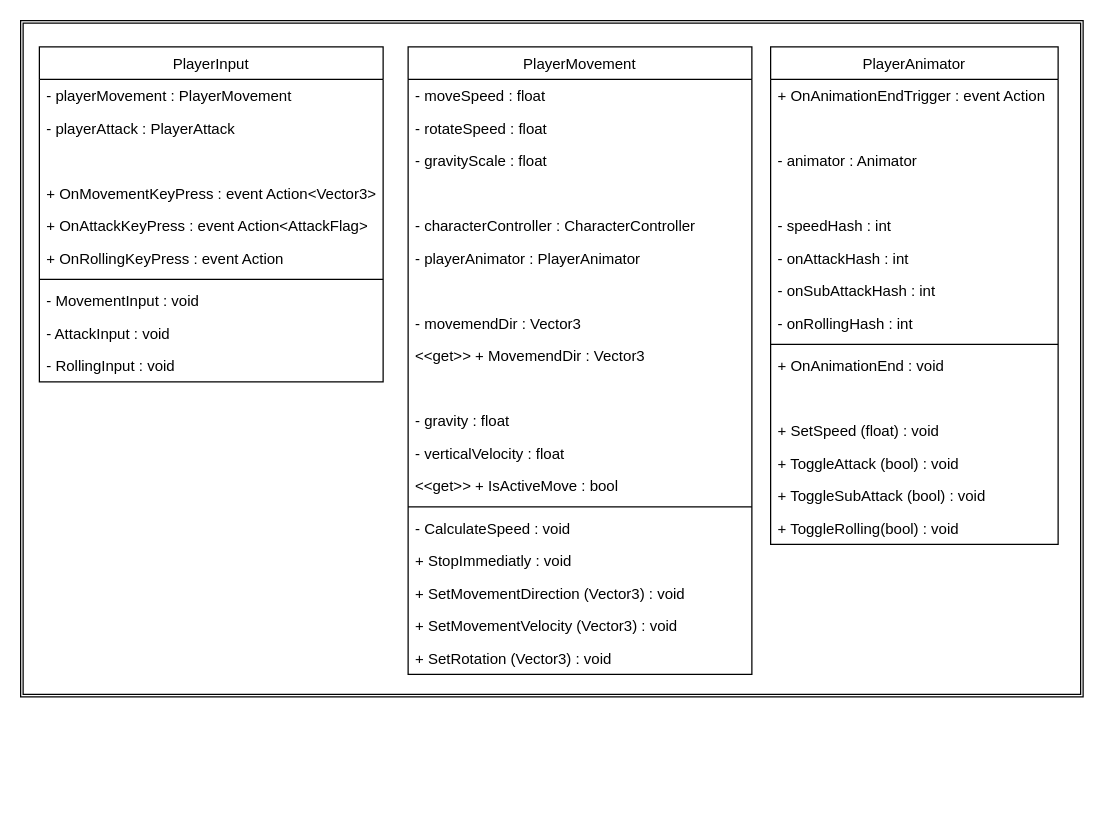
This is ETC/UML/PlayerComponent.drawio from SEH00N/Eungabi, a draw.io file, before an edit. Source tidied: cells renumbered, new cells numbered last; positions are measured from the earlier drawing's top-left corner, leaving out a move shared by most shapes. Both pictures are drawn from the tidied source at 125%, with x=0, y=0 at pixel (20, 20).
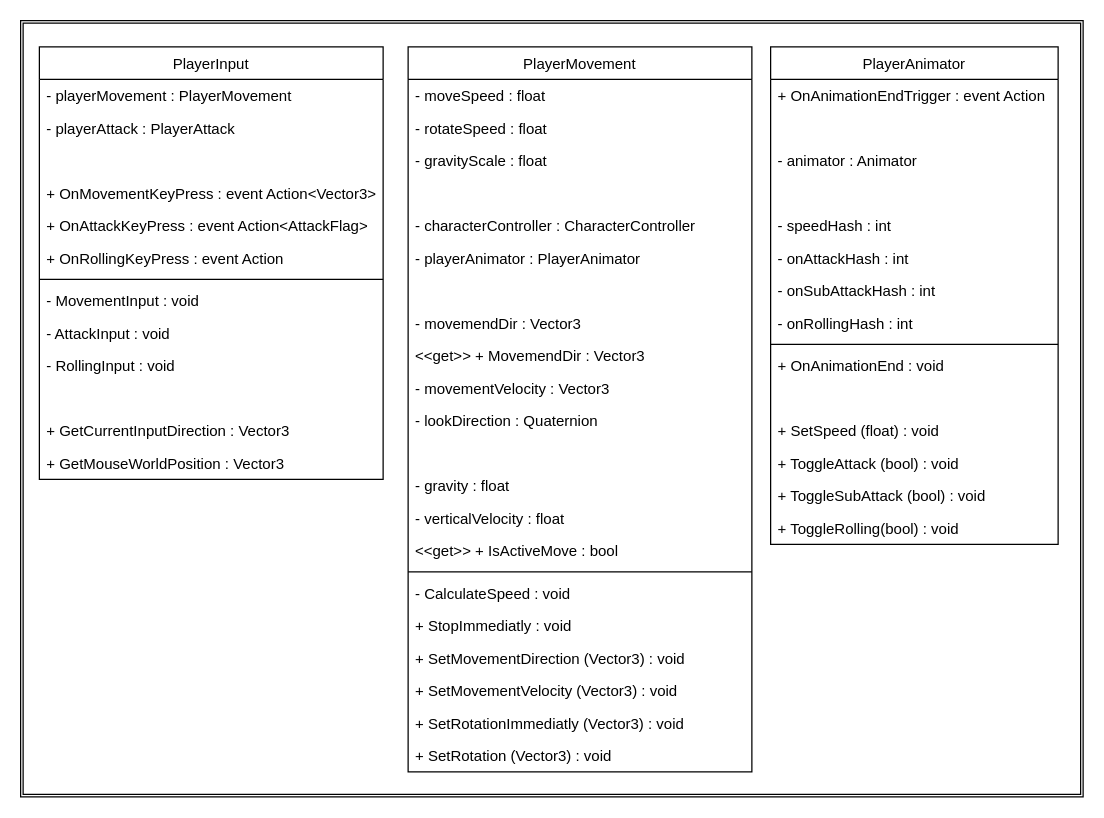
After the change.

Diff of the diagram source:
```diff
@@
     <mxCell id="2" style="shape=ext;double=1;rounded=0;whiteSpace=wrap;html=1;fontColor=#F0F0F0;strokeColor=default;fillColor=default;" parent="1" vertex="1">
-      <mxGeometry width="850" height="541" as="geometry" />
+      <mxGeometry width="850" height="621" as="geometry" />
     </mxCell>
     <mxCell id="3" value="PlayerInput" style="swimlane;fontStyle=0;align=center;verticalAlign=top;horizontal=1;startSize=26;rounded=0;shadow=0;strokeWidth=1;spacingTop=0;" parent="1" vertex="1">
-      <mxGeometry x="15" y="21" width="275" height="268" as="geometry" />
+      <mxGeometry x="15" y="21" width="275" height="346" as="geometry" />
     </mxCell>
@@
+    <mxCell id="50" value=" " style="text;align=left;verticalAlign=top;spacingLeft=4;spacingRight=4;overflow=hidden;rounded=0;shadow=0;html=0;" parent="3" vertex="1">
+      <mxGeometry y="268" width="275" height="26" as="geometry" />
+    </mxCell>
+    <mxCell id="51" value="+ GetCurrentInputDirection : Vector3" style="text;align=left;verticalAlign=top;spacingLeft=4;spacingRight=4;overflow=hidden;rounded=0;shadow=0;html=0;" parent="3" vertex="1">
+      <mxGeometry y="294" width="275" height="26" as="geometry" />
+    </mxCell>
+    <mxCell id="52" value="+ GetMouseWorldPosition : Vector3" style="text;align=left;verticalAlign=top;spacingLeft=4;spacingRight=4;overflow=hidden;rounded=0;shadow=0;html=0;" parent="3" vertex="1">
+      <mxGeometry y="320" width="275" height="26" as="geometry" />
+    </mxCell>
     <mxCell id="14" value="PlayerMovement" style="swimlane;fontStyle=0;align=center;verticalAlign=top;horizontal=1;startSize=26;rounded=0;shadow=0;strokeWidth=1;spacingTop=0;" parent="1" vertex="1">
-      <mxGeometry x="310" y="21" width="275" height="502" as="geometry" />
+      <mxGeometry x="310" y="21" width="275" height="580" as="geometry" />
     </mxCell>
@@
+    <mxCell id="53" value="- movementVelocity : Vector3" style="text;align=left;verticalAlign=top;spacingLeft=4;spacingRight=4;overflow=hidden;rounded=0;shadow=0;html=0;" parent="14" vertex="1">
+      <mxGeometry y="260" width="275" height="26" as="geometry" />
+    </mxCell>
+    <mxCell id="54" value="- lookDirection : Quaternion" style="text;align=left;verticalAlign=top;spacingLeft=4;spacingRight=4;overflow=hidden;rounded=0;shadow=0;html=0;" parent="14" vertex="1">
+      <mxGeometry y="286" width="275" height="26" as="geometry" />
+    </mxCell>
     <mxCell id="24" value=" " style="text;align=left;verticalAlign=top;spacingLeft=4;spacingRight=4;overflow=hidden;rounded=0;shadow=0;html=0;" parent="14" vertex="1">
-      <mxGeometry y="260" width="275" height="26" as="geometry" />
+      <mxGeometry y="312" width="275" height="26" as="geometry" />
     </mxCell>
     <mxCell id="25" value="- gravity : float" style="text;align=left;verticalAlign=top;spacingLeft=4;spacingRight=4;overflow=hidden;rounded=0;shadow=0;html=0;" parent="14" vertex="1">
-      <mxGeometry y="286" width="275" height="26" as="geometry" />
+      <mxGeometry y="338" width="275" height="26" as="geometry" />
     </mxCell>
     <mxCell id="26" value="- verticalVelocity : float" style="text;align=left;verticalAlign=top;spacingLeft=4;spacingRight=4;overflow=hidden;rounded=0;shadow=0;html=0;" parent="14" vertex="1">
-      <mxGeometry y="312" width="275" height="26" as="geometry" />
+      <mxGeometry y="364" width="275" height="26" as="geometry" />
     </mxCell>
     <mxCell id="27" value="&lt;&lt;get&gt;&gt; + IsActiveMove : bool" style="text;align=left;verticalAlign=top;spacingLeft=4;spacingRight=4;overflow=hidden;rounded=0;shadow=0;html=0;" parent="14" vertex="1">
-      <mxGeometry y="338" width="275" height="26" as="geometry" />
+      <mxGeometry y="390" width="275" height="26" as="geometry" />
     </mxCell>
     <mxCell id="28" style="line;html=1;strokeWidth=1;align=left;verticalAlign=middle;spacingTop=-1;spacingLeft=3;spacingRight=3;labelPosition=right;" parent="14" vertex="1">
-      <mxGeometry y="364" width="275" height="8" as="geometry" />
+      <mxGeometry y="416" width="275" height="8" as="geometry" />
     </mxCell>
     <mxCell id="29" value="- CalculateSpeed : void" style="text;align=left;verticalAlign=top;spacingLeft=4;spacingRight=4;overflow=hidden;rounded=0;shadow=0;html=0;" parent="14" vertex="1">
-      <mxGeometry y="372" width="275" height="26" as="geometry" />
+      <mxGeometry y="424" width="275" height="26" as="geometry" />
     </mxCell>
     <mxCell id="30" value="+ StopImmediatly : void" style="text;align=left;verticalAlign=top;spacingLeft=4;spacingRight=4;overflow=hidden;rounded=0;shadow=0;html=0;" parent="14" vertex="1">
-      <mxGeometry y="398" width="275" height="26" as="geometry" />
+      <mxGeometry y="450" width="275" height="26" as="geometry" />
     </mxCell>
     <mxCell id="31" value="+ SetMovementDirection (Vector3) : void" style="text;align=left;verticalAlign=top;spacingLeft=4;spacingRight=4;overflow=hidden;rounded=0;shadow=0;html=0;" parent="14" vertex="1">
-      <mxGeometry y="424" width="275" height="26" as="geometry" />
+      <mxGeometry y="476" width="275" height="26" as="geometry" />
     </mxCell>
     <mxCell id="32" value="+ SetMovementVelocity (Vector3) : void" style="text;align=left;verticalAlign=top;spacingLeft=4;spacingRight=4;overflow=hidden;rounded=0;shadow=0;html=0;" parent="14" vertex="1">
-      <mxGeometry y="450" width="275" height="26" as="geometry" />
+      <mxGeometry y="502" width="275" height="26" as="geometry" />
     </mxCell>
+    <mxCell id="55" value="+ SetRotationImmediatly (Vector3) : void" style="text;align=left;verticalAlign=top;spacingLeft=4;spacingRight=4;overflow=hidden;rounded=0;shadow=0;html=0;" parent="14" vertex="1">
+      <mxGeometry y="528" width="275" height="26" as="geometry" />
+    </mxCell>
     <mxCell id="33" value="+ SetRotation (Vector3) : void" style="text;align=left;verticalAlign=top;spacingLeft=4;spacingRight=4;overflow=hidden;rounded=0;shadow=0;html=0;" parent="14" vertex="1">
-      <mxGeometry y="476" width="275" height="26" as="geometry" />
+      <mxGeometry y="554" width="275" height="26" as="geometry" />
     </mxCell>
```
